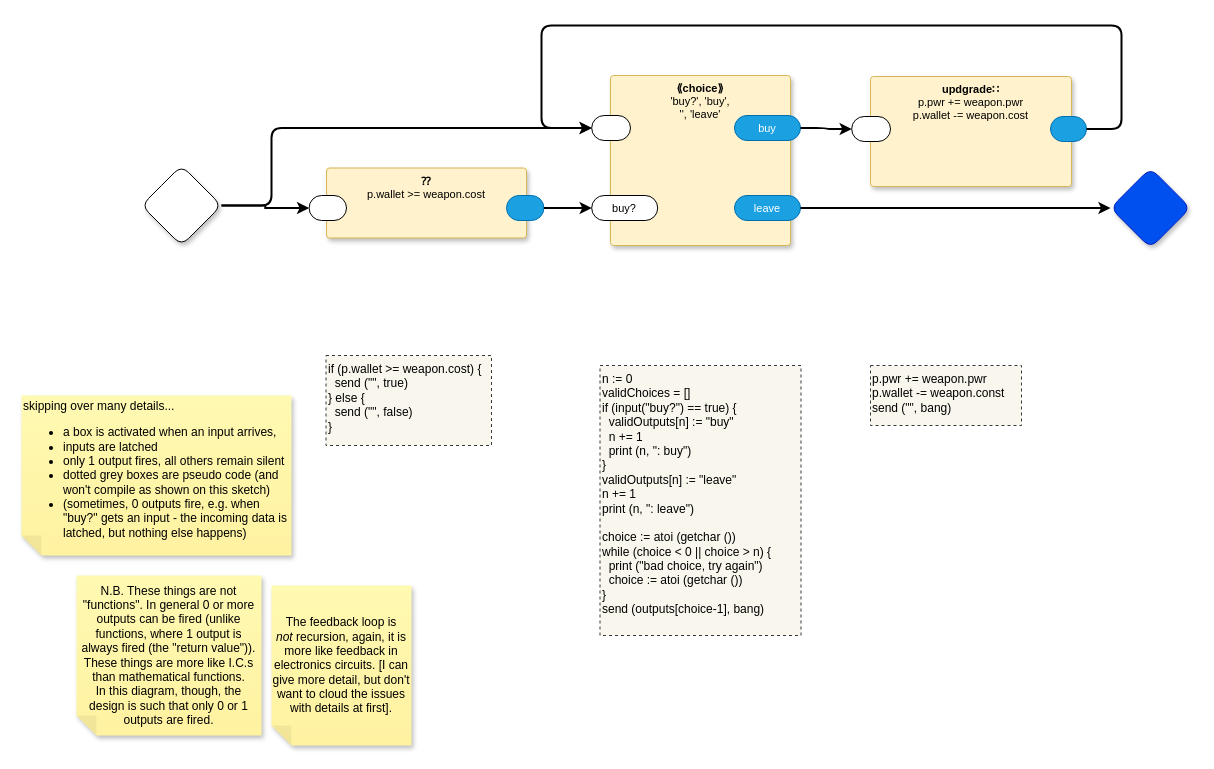
Earlier version of the draw.io diagram page "Shop" (4 of 4) of test-dc0d.drawio (guitarvydas/gen0d). Source tidied: cells renumbered, new cells numbered last; positions are measured from the earlier drawing's top-left corner, leaving out a move shared by most shapes. Both pictures are drawn from the tidied source at 100%, with x=0, y=0 at pixel (21, 25).
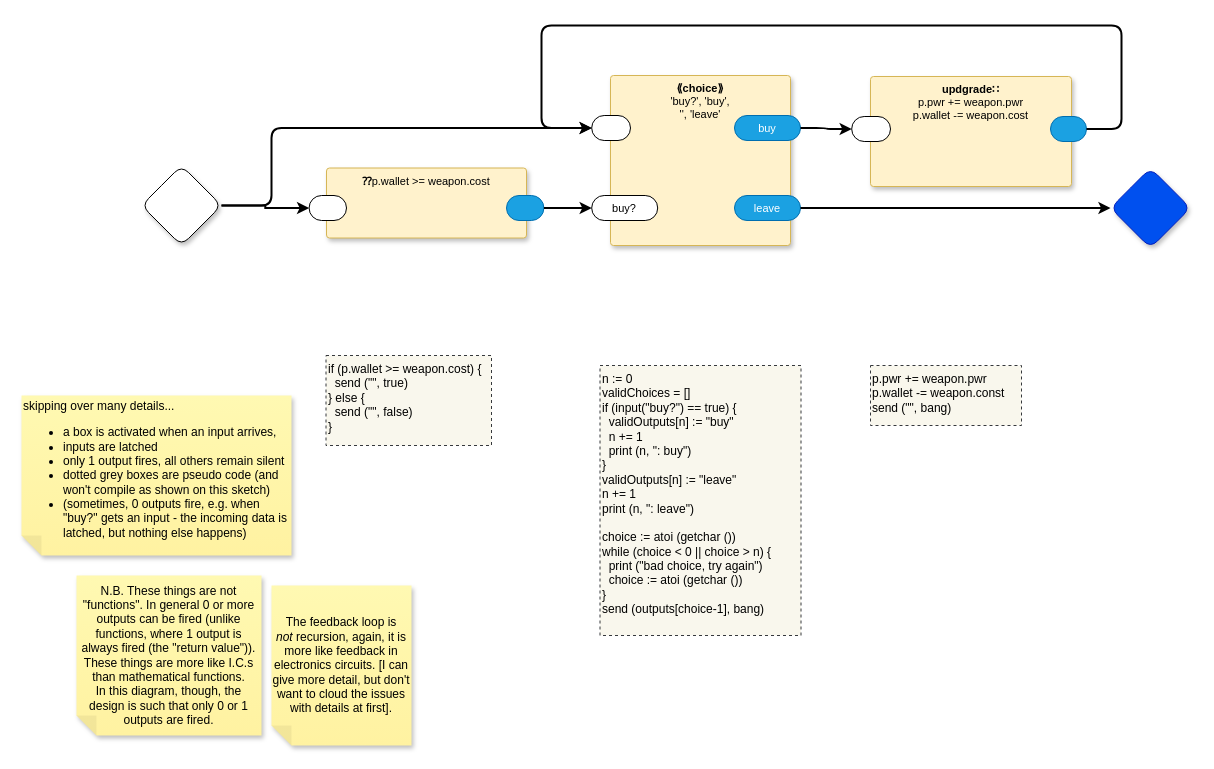
The same page after the edit.

The edit, as a diff of the source:
```diff
@@
-    <mxCell id="15" value="&lt;b&gt;⁇&lt;/b&gt;&lt;br&gt;p.wallet &amp;gt;= weapon.cost" style="rounded=1;whiteSpace=wrap;html=1;sketch=0;verticalAlign=top;arcSize=6;fontStyle=0;absoluteArcSize=1;shadow=1;strokeColor=#d6b656;fillColor=#fff2cc;fontFamily=Helvetica;fontSize=11;align=center;spacingLeft=0;" parent="1" vertex="1">
+    <mxCell id="15" value="&lt;b&gt;⁇&lt;/b&gt;p.wallet &amp;gt;= weapon.cost" style="rounded=1;whiteSpace=wrap;html=1;sketch=0;verticalAlign=top;arcSize=6;fontStyle=0;absoluteArcSize=1;shadow=1;strokeColor=#d6b656;fillColor=#fff2cc;fontFamily=Helvetica;fontSize=11;align=center;spacingLeft=0;" parent="1" vertex="1">
       <mxGeometry x="305" y="142.5" width="200" height="70" as="geometry" />
     </mxCell>
```
